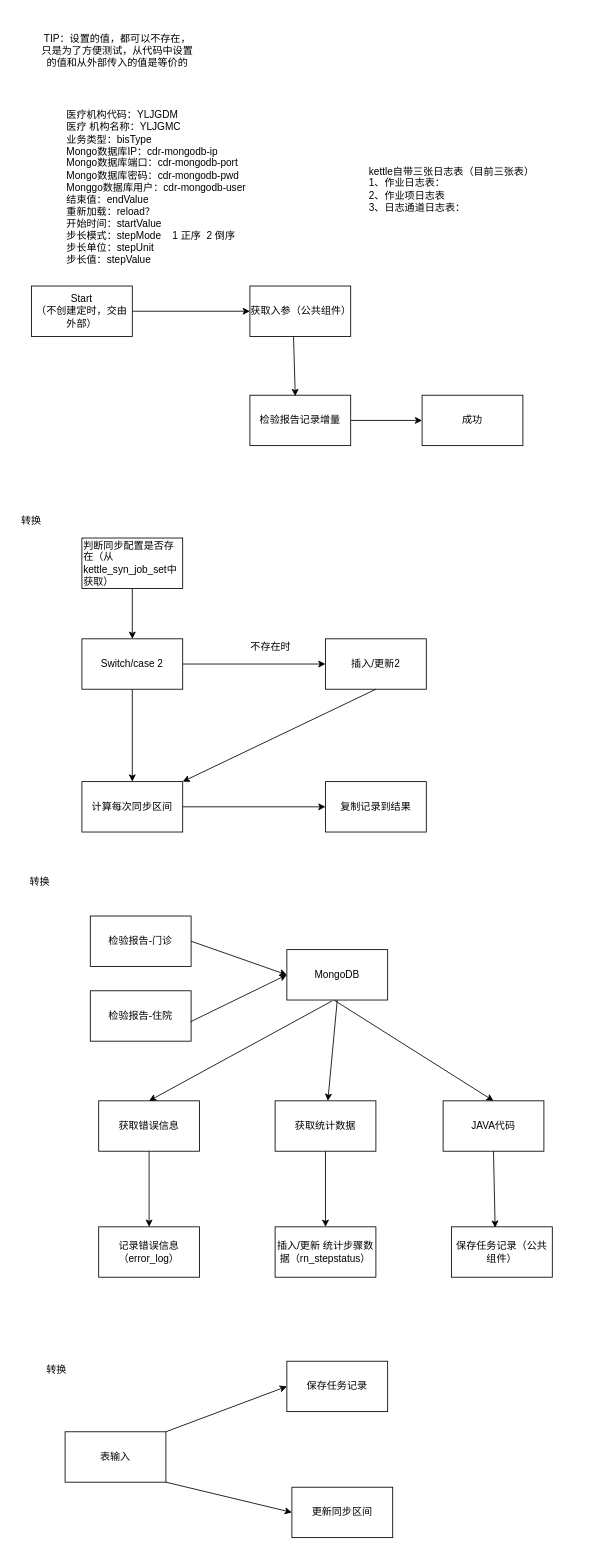
This is source/数据采集笔记.drawio from SmileCJX/processon, a draw.io file, before an edit. Source tidied: cells renumbered, new cells numbered last; positions are measured from the earlier drawing's top-left corner, leaving out a move shared by most shapes. Both pictures are drawn from the tidied source at 84%, with x=0, y=0 at pixel (14, 42).
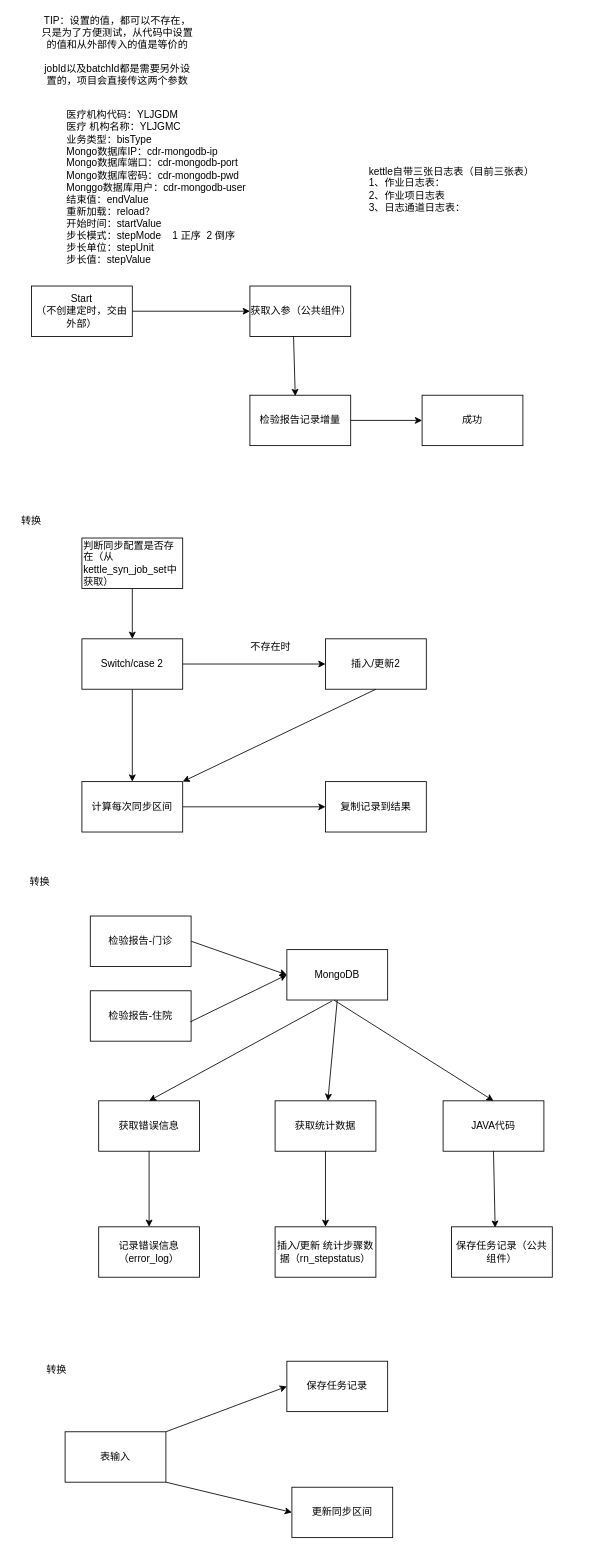
The same page after the edit.

Commit message:
更新数据采集笔记.drawio

The edit, as a diff of the source:
```diff
@@
-    <mxCell id="47" value="TIP：设置的值，都可以不存在，只是为了方便测试，从代码中设置的值和从外部传入的值是等价的" style="text;html=1;strokeColor=none;fillColor=none;align=center;verticalAlign=middle;whiteSpace=wrap;rounded=0;" parent="1" vertex="1">
+    <mxCell id="47" value="TIP：设置的值，都可以不存在，只是为了方便测试，从代码中设置的值和从外部传入的值是等价的&lt;br&gt;&lt;br&gt;jobId以及batchId都是需要另外设置的，项目会直接传这两个参数" style="text;html=1;strokeColor=none;fillColor=none;align=center;verticalAlign=middle;whiteSpace=wrap;rounded=0;" parent="1" vertex="1">
       <mxGeometry x="30" width="185" height="20" as="geometry" />
     </mxCell>
```
